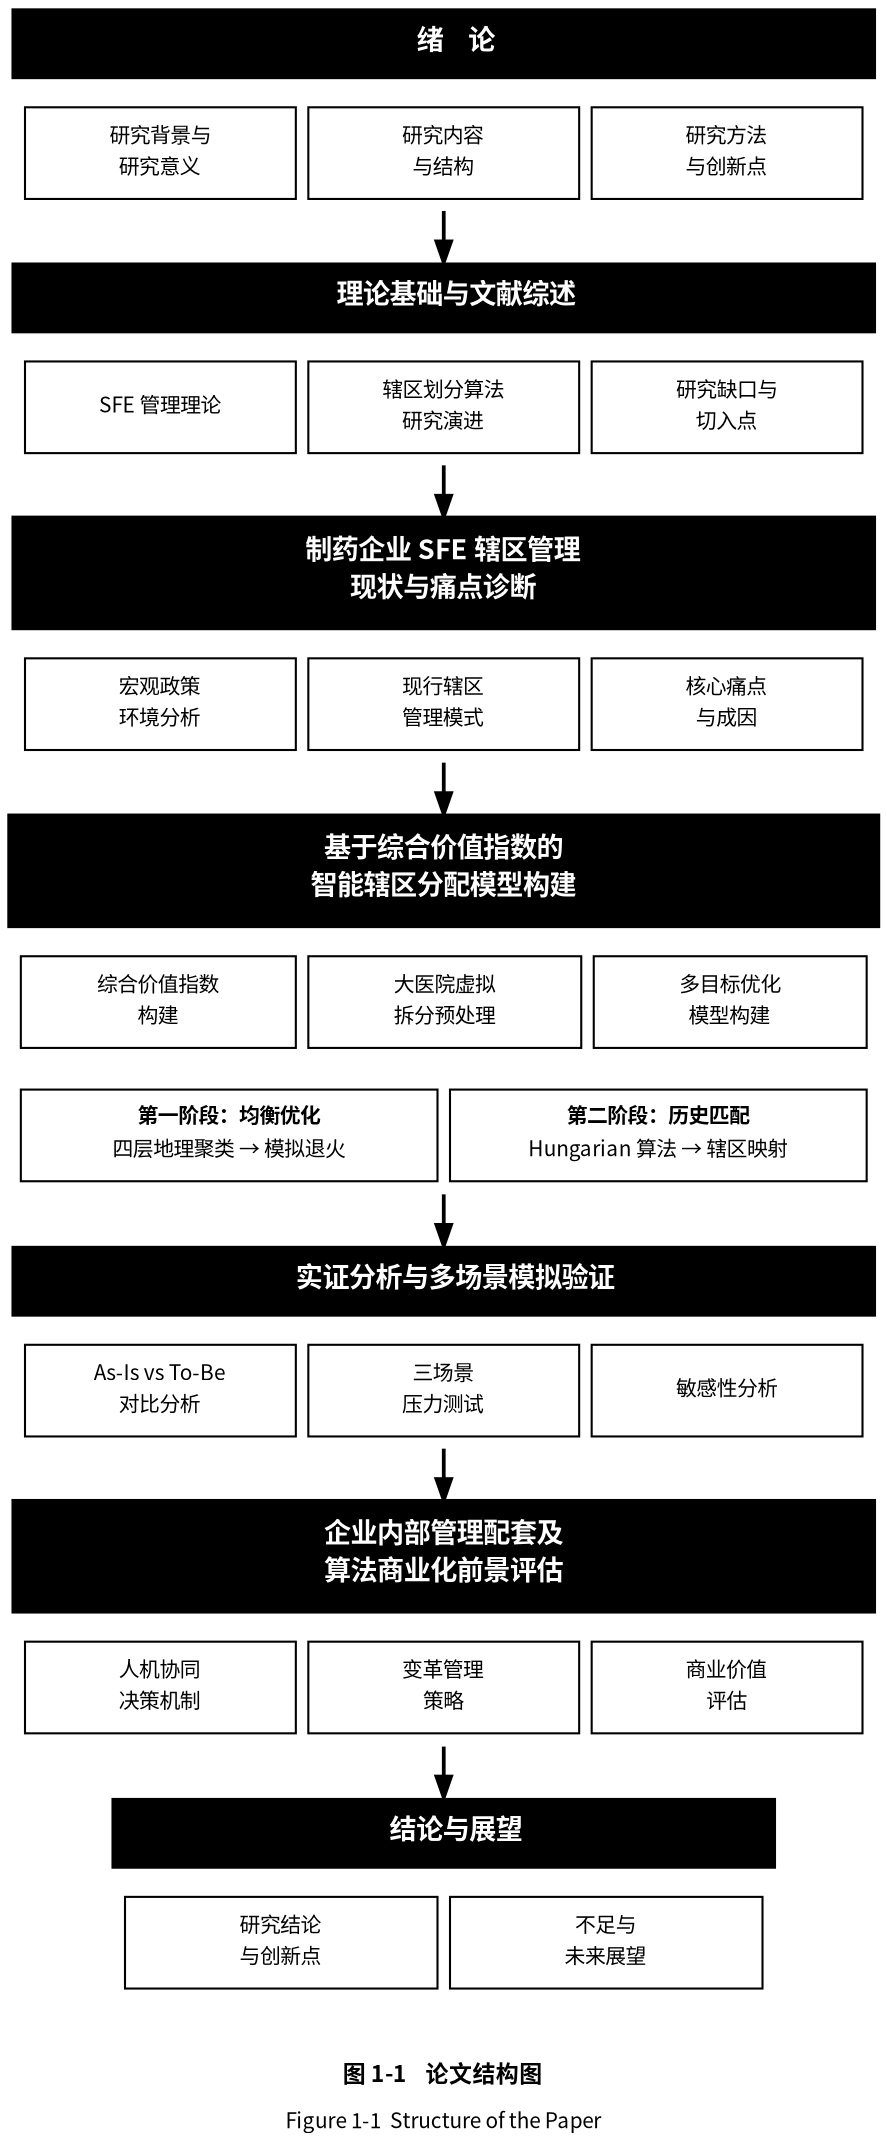
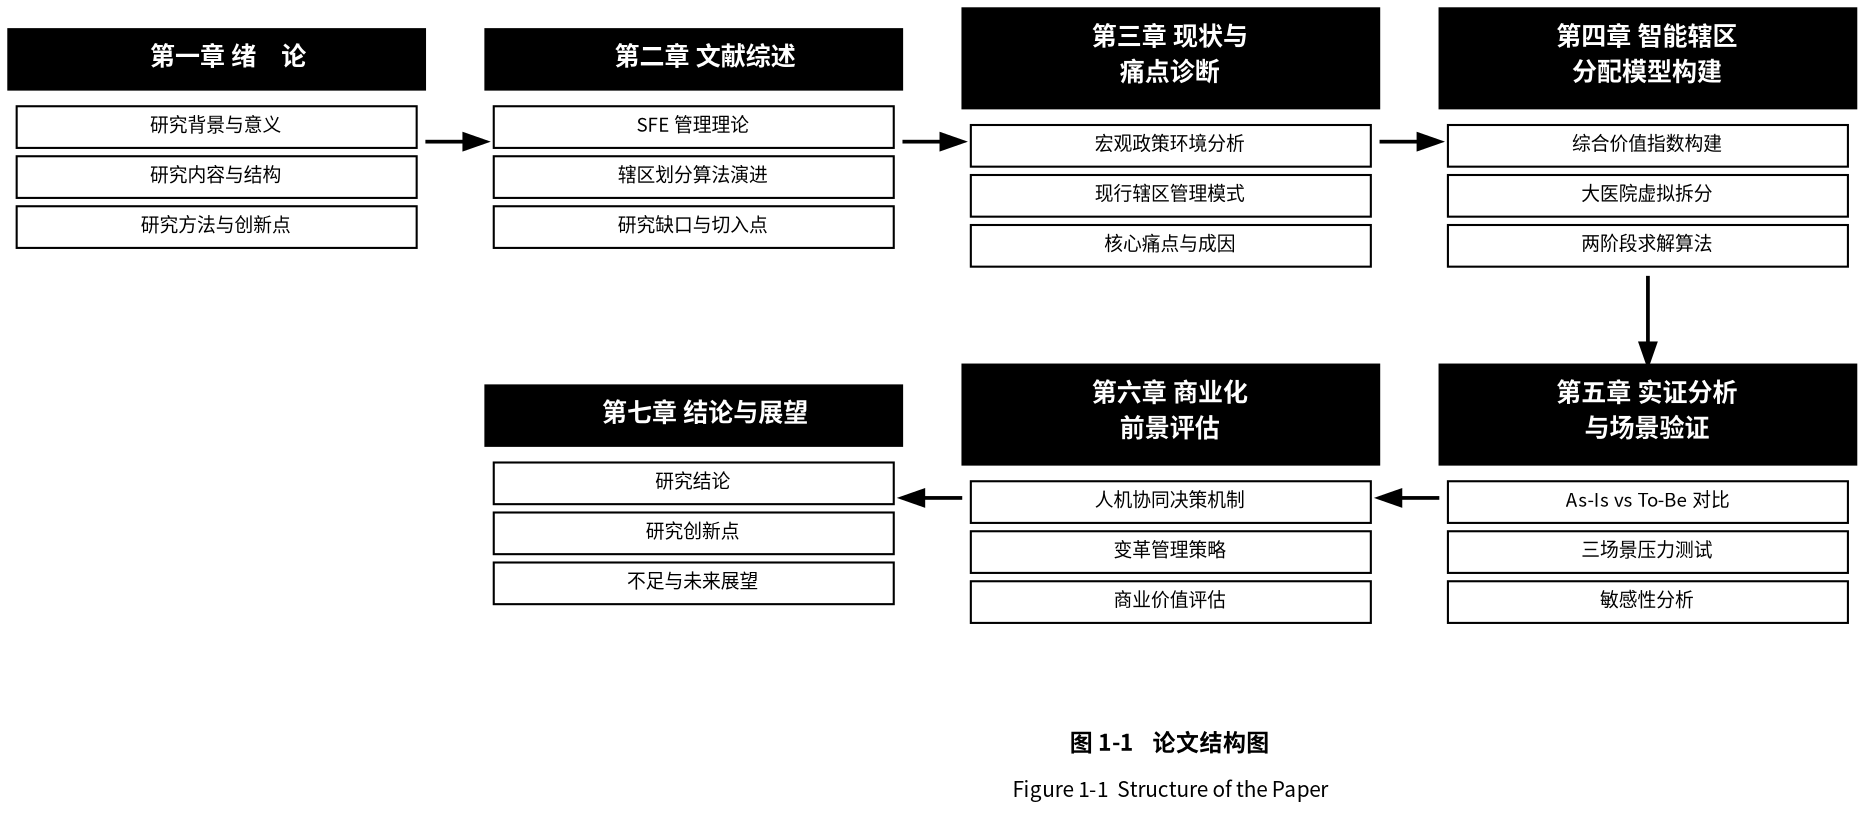
digraph G {
    rankdir=TB;
    dpi=300;
    bgcolor="white";
    fontname="Noto Sans CJK SC";
-     nodesep=0.6;
-     ranksep=0.35;
+     nodesep=0.4;
+     ranksep=0.6;

    node [fontname="Noto Sans CJK SC", shape=none, margin="0"];
    edge [color="black", penwidth=1.8, arrowsize=1.0];

    r1 [label=<
        <TABLE BORDER="0" CELLBORDER="0" CELLSPACING="0" CELLPADDING="0">
-             <TR><TD BORDER="1" BGCOLOR="black" CELLPADDING="8" WIDTH="280" ALIGN="CENTER">
-                 <FONT COLOR="white" POINT-SIZE="13"><B>绪    论</B></FONT>
+             <TR><TD BORDER="1" BGCOLOR="black" CELLPADDING="6" WIDTH="200" ALIGN="CENTER">
+                 <FONT COLOR="white" POINT-SIZE="12"><B>第一章 绪    论</B></FONT>
            </TD></TR>
-             <TR><TD CELLPADDING="4"></TD></TR>
+             <TR><TD CELLPADDING="2"></TD></TR>
            <TR><TD>
-                 <TABLE BORDER="0" CELLBORDER="1" CELLSPACING="6" CELLPADDING="6">
-                     <TR>
-                         <TD WIDTH="130" ALIGN="CENTER"><TABLE BORDER="0" CELLBORDER="0" CELLSPACING="0"><TR><TD ALIGN="CENTER"><FONT POINT-SIZE="10">研究背景与</FONT></TD></TR><TR><TD ALIGN="CENTER"><FONT POINT-SIZE="10">研究意义</FONT></TD></TR></TABLE></TD>
-                         <TD WIDTH="130" ALIGN="CENTER"><TABLE BORDER="0" CELLBORDER="0" CELLSPACING="0"><TR><TD ALIGN="CENTER"><FONT POINT-SIZE="10">研究内容</FONT></TD></TR><TR><TD ALIGN="CENTER"><FONT POINT-SIZE="10">与结构</FONT></TD></TR></TABLE></TD>
-                         <TD WIDTH="130" ALIGN="CENTER"><TABLE BORDER="0" CELLBORDER="0" CELLSPACING="0"><TR><TD ALIGN="CENTER"><FONT POINT-SIZE="10">研究方法</FONT></TD></TR><TR><TD ALIGN="CENTER"><FONT POINT-SIZE="10">与创新点</FONT></TD></TR></TABLE></TD>
-                     </TR>
+                 <TABLE BORDER="0" CELLBORDER="1" CELLSPACING="4" CELLPADDING="4">
+                     <TR><TD WIDTH="180" ALIGN="CENTER"><FONT POINT-SIZE="9">研究背景与意义</FONT></TD></TR>
+                     <TR><TD WIDTH="180" ALIGN="CENTER"><FONT POINT-SIZE="9">研究内容与结构</FONT></TD></TR>
+                     <TR><TD WIDTH="180" ALIGN="CENTER"><FONT POINT-SIZE="9">研究方法与创新点</FONT></TD></TR>
                </TABLE>
            </TD></TR>
        </TABLE>
    >];

    r2 [label=<
        <TABLE BORDER="0" CELLBORDER="0" CELLSPACING="0" CELLPADDING="0">
-             <TR><TD BORDER="1" BGCOLOR="black" CELLPADDING="8" WIDTH="280" ALIGN="CENTER">
-                 <FONT COLOR="white" POINT-SIZE="13"><B>理论基础与文献综述</B></FONT>
+             <TR><TD BORDER="1" BGCOLOR="black" CELLPADDING="6" WIDTH="200" ALIGN="CENTER">
+                 <FONT COLOR="white" POINT-SIZE="12"><B>第二章 文献综述</B></FONT>
            </TD></TR>
-             <TR><TD CELLPADDING="4"></TD></TR>
+             <TR><TD CELLPADDING="2"></TD></TR>
            <TR><TD>
-                 <TABLE BORDER="0" CELLBORDER="1" CELLSPACING="6" CELLPADDING="6">
-                     <TR>
-                         <TD WIDTH="130" ALIGN="CENTER"><FONT POINT-SIZE="10">SFE 管理理论</FONT></TD>
-                         <TD WIDTH="130" ALIGN="CENTER"><TABLE BORDER="0" CELLBORDER="0" CELLSPACING="0"><TR><TD ALIGN="CENTER"><FONT POINT-SIZE="10">辖区划分算法</FONT></TD></TR><TR><TD ALIGN="CENTER"><FONT POINT-SIZE="10">研究演进</FONT></TD></TR></TABLE></TD>
-                         <TD WIDTH="130" ALIGN="CENTER"><TABLE BORDER="0" CELLBORDER="0" CELLSPACING="0"><TR><TD ALIGN="CENTER"><FONT POINT-SIZE="10">研究缺口与</FONT></TD></TR><TR><TD ALIGN="CENTER"><FONT POINT-SIZE="10">切入点</FONT></TD></TR></TABLE></TD>
-                     </TR>
+                 <TABLE BORDER="0" CELLBORDER="1" CELLSPACING="4" CELLPADDING="4">
+                     <TR><TD WIDTH="180" ALIGN="CENTER"><FONT POINT-SIZE="9">SFE 管理理论</FONT></TD></TR>
+                     <TR><TD WIDTH="180" ALIGN="CENTER"><FONT POINT-SIZE="9">辖区划分算法演进</FONT></TD></TR>
+                     <TR><TD WIDTH="180" ALIGN="CENTER"><FONT POINT-SIZE="9">研究缺口与切入点</FONT></TD></TR>
                </TABLE>
            </TD></TR>
        </TABLE>
    >];

    r3 [label=<
        <TABLE BORDER="0" CELLBORDER="0" CELLSPACING="0" CELLPADDING="0">
-             <TR><TD BORDER="1" BGCOLOR="black" CELLPADDING="8" WIDTH="280" ALIGN="CENTER">
-                 <TABLE BORDER="0" CELLBORDER="0" CELLSPACING="0"><TR><TD ALIGN="CENTER"><FONT COLOR="white" POINT-SIZE="13"><B>制药企业 SFE 辖区管理</B></FONT></TD></TR><TR><TD ALIGN="CENTER"><FONT COLOR="white" POINT-SIZE="13"><B>现状与痛点诊断</B></FONT></TD></TR></TABLE>
+             <TR><TD BORDER="1" BGCOLOR="black" CELLPADDING="6" WIDTH="200" ALIGN="CENTER">
+                 <TABLE BORDER="0" CELLBORDER="0" CELLSPACING="0"><TR><TD ALIGN="CENTER"><FONT COLOR="white" POINT-SIZE="12"><B>第三章 现状与</B></FONT></TD></TR><TR><TD ALIGN="CENTER"><FONT COLOR="white" POINT-SIZE="12"><B>痛点诊断</B></FONT></TD></TR></TABLE>
            </TD></TR>
-             <TR><TD CELLPADDING="4"></TD></TR>
+             <TR><TD CELLPADDING="2"></TD></TR>
            <TR><TD>
-                 <TABLE BORDER="0" CELLBORDER="1" CELLSPACING="6" CELLPADDING="6">
-                     <TR>
-                         <TD WIDTH="130" ALIGN="CENTER"><TABLE BORDER="0" CELLBORDER="0" CELLSPACING="0"><TR><TD ALIGN="CENTER"><FONT POINT-SIZE="10">宏观政策</FONT></TD></TR><TR><TD ALIGN="CENTER"><FONT POINT-SIZE="10">环境分析</FONT></TD></TR></TABLE></TD>
-                         <TD WIDTH="130" ALIGN="CENTER"><TABLE BORDER="0" CELLBORDER="0" CELLSPACING="0"><TR><TD ALIGN="CENTER"><FONT POINT-SIZE="10">现行辖区</FONT></TD></TR><TR><TD ALIGN="CENTER"><FONT POINT-SIZE="10">管理模式</FONT></TD></TR></TABLE></TD>
-                         <TD WIDTH="130" ALIGN="CENTER"><TABLE BORDER="0" CELLBORDER="0" CELLSPACING="0"><TR><TD ALIGN="CENTER"><FONT POINT-SIZE="10">核心痛点</FONT></TD></TR><TR><TD ALIGN="CENTER"><FONT POINT-SIZE="10">与成因</FONT></TD></TR></TABLE></TD>
-                     </TR>
+                 <TABLE BORDER="0" CELLBORDER="1" CELLSPACING="4" CELLPADDING="4">
+                     <TR><TD WIDTH="180" ALIGN="CENTER"><FONT POINT-SIZE="9">宏观政策环境分析</FONT></TD></TR>
+                     <TR><TD WIDTH="180" ALIGN="CENTER"><FONT POINT-SIZE="9">现行辖区管理模式</FONT></TD></TR>
+                     <TR><TD WIDTH="180" ALIGN="CENTER"><FONT POINT-SIZE="9">核心痛点与成因</FONT></TD></TR>
                </TABLE>
            </TD></TR>
        </TABLE>
    >];

    r4 [label=<
        <TABLE BORDER="0" CELLBORDER="0" CELLSPACING="0" CELLPADDING="0">
-             <TR><TD BORDER="1" BGCOLOR="black" CELLPADDING="8" WIDTH="360" ALIGN="CENTER">
-                 <TABLE BORDER="0" CELLBORDER="0" CELLSPACING="0"><TR><TD ALIGN="CENTER"><FONT COLOR="white" POINT-SIZE="13"><B>基于综合价值指数的</B></FONT></TD></TR><TR><TD ALIGN="CENTER"><FONT COLOR="white" POINT-SIZE="13"><B>智能辖区分配模型构建</B></FONT></TD></TR></TABLE>
+             <TR><TD BORDER="1" BGCOLOR="black" CELLPADDING="6" WIDTH="200" ALIGN="CENTER">
+                 <TABLE BORDER="0" CELLBORDER="0" CELLSPACING="0"><TR><TD ALIGN="CENTER"><FONT COLOR="white" POINT-SIZE="12"><B>第四章 智能辖区</B></FONT></TD></TR><TR><TD ALIGN="CENTER"><FONT COLOR="white" POINT-SIZE="12"><B>分配模型构建</B></FONT></TD></TR></TABLE>
            </TD></TR>
-             <TR><TD CELLPADDING="4"></TD></TR>
+             <TR><TD CELLPADDING="2"></TD></TR>
            <TR><TD>
-                 <TABLE BORDER="0" CELLBORDER="1" CELLSPACING="6" CELLPADDING="6">
-                     <TR>
-                         <TD WIDTH="130" ALIGN="CENTER"><TABLE BORDER="0" CELLBORDER="0" CELLSPACING="0"><TR><TD ALIGN="CENTER"><FONT POINT-SIZE="10">综合价值指数</FONT></TD></TR><TR><TD ALIGN="CENTER"><FONT POINT-SIZE="10">构建</FONT></TD></TR></TABLE></TD>
-                         <TD WIDTH="130" ALIGN="CENTER"><TABLE BORDER="0" CELLBORDER="0" CELLSPACING="0"><TR><TD ALIGN="CENTER"><FONT POINT-SIZE="10">大医院虚拟</FONT></TD></TR><TR><TD ALIGN="CENTER"><FONT POINT-SIZE="10">拆分预处理</FONT></TD></TR></TABLE></TD>
-                         <TD WIDTH="130" ALIGN="CENTER"><TABLE BORDER="0" CELLBORDER="0" CELLSPACING="0"><TR><TD ALIGN="CENTER"><FONT POINT-SIZE="10">多目标优化</FONT></TD></TR><TR><TD ALIGN="CENTER"><FONT POINT-SIZE="10">模型构建</FONT></TD></TR></TABLE></TD>
-                     </TR>
-                 </TABLE>
-             </TD></TR>
-             <TR><TD CELLPADDING="4"></TD></TR>
-             <TR><TD>
-                 <TABLE BORDER="0" CELLBORDER="1" CELLSPACING="6" CELLPADDING="6">
-                     <TR>
-                         <TD WIDTH="200" ALIGN="CENTER"><TABLE BORDER="0" CELLBORDER="0" CELLSPACING="0"><TR><TD ALIGN="CENTER"><FONT POINT-SIZE="10"><B>第一阶段：均衡优化</B></FONT></TD></TR><TR><TD ALIGN="CENTER"><FONT POINT-SIZE="10">四层地理聚类 → 模拟退火</FONT></TD></TR></TABLE></TD>
-                         <TD WIDTH="200" ALIGN="CENTER"><TABLE BORDER="0" CELLBORDER="0" CELLSPACING="0"><TR><TD ALIGN="CENTER"><FONT POINT-SIZE="10"><B>第二阶段：历史匹配</B></FONT></TD></TR><TR><TD ALIGN="CENTER"><FONT POINT-SIZE="10">Hungarian 算法 → 辖区映射</FONT></TD></TR></TABLE></TD>
-                     </TR>
+                 <TABLE BORDER="0" CELLBORDER="1" CELLSPACING="4" CELLPADDING="4">
+                     <TR><TD WIDTH="180" ALIGN="CENTER"><FONT POINT-SIZE="9">综合价值指数构建</FONT></TD></TR>
+                     <TR><TD WIDTH="180" ALIGN="CENTER"><FONT POINT-SIZE="9">大医院虚拟拆分</FONT></TD></TR>
+                     <TR><TD WIDTH="180" ALIGN="CENTER"><FONT POINT-SIZE="9">两阶段求解算法</FONT></TD></TR>
                </TABLE>
            </TD></TR>
        </TABLE>
    >];

    r5 [label=<
        <TABLE BORDER="0" CELLBORDER="0" CELLSPACING="0" CELLPADDING="0">
-             <TR><TD BORDER="1" BGCOLOR="black" CELLPADDING="8" WIDTH="280" ALIGN="CENTER">
-                 <FONT COLOR="white" POINT-SIZE="13"><B>实证分析与多场景模拟验证</B></FONT>
+             <TR><TD BORDER="1" BGCOLOR="black" CELLPADDING="6" WIDTH="200" ALIGN="CENTER">
+                 <TABLE BORDER="0" CELLBORDER="0" CELLSPACING="0"><TR><TD ALIGN="CENTER"><FONT COLOR="white" POINT-SIZE="12"><B>第五章 实证分析</B></FONT></TD></TR><TR><TD ALIGN="CENTER"><FONT COLOR="white" POINT-SIZE="12"><B>与场景验证</B></FONT></TD></TR></TABLE>
            </TD></TR>
-             <TR><TD CELLPADDING="4"></TD></TR>
+             <TR><TD CELLPADDING="2"></TD></TR>
            <TR><TD>
-                 <TABLE BORDER="0" CELLBORDER="1" CELLSPACING="6" CELLPADDING="6">
-                     <TR>
-                         <TD WIDTH="130" ALIGN="CENTER"><TABLE BORDER="0" CELLBORDER="0" CELLSPACING="0"><TR><TD ALIGN="CENTER"><FONT POINT-SIZE="10">As-Is vs To-Be</FONT></TD></TR><TR><TD ALIGN="CENTER"><FONT POINT-SIZE="10">对比分析</FONT></TD></TR></TABLE></TD>
-                         <TD WIDTH="130" ALIGN="CENTER"><TABLE BORDER="0" CELLBORDER="0" CELLSPACING="0"><TR><TD ALIGN="CENTER"><FONT POINT-SIZE="10">三场景</FONT></TD></TR><TR><TD ALIGN="CENTER"><FONT POINT-SIZE="10">压力测试</FONT></TD></TR></TABLE></TD>
-                         <TD WIDTH="130" ALIGN="CENTER"><FONT POINT-SIZE="10">敏感性分析</FONT></TD>
-                     </TR>
+                 <TABLE BORDER="0" CELLBORDER="1" CELLSPACING="4" CELLPADDING="4">
+                     <TR><TD WIDTH="180" ALIGN="CENTER"><FONT POINT-SIZE="9">As-Is vs To-Be 对比</FONT></TD></TR>
+                     <TR><TD WIDTH="180" ALIGN="CENTER"><FONT POINT-SIZE="9">三场景压力测试</FONT></TD></TR>
+                     <TR><TD WIDTH="180" ALIGN="CENTER"><FONT POINT-SIZE="9">敏感性分析</FONT></TD></TR>
                </TABLE>
            </TD></TR>
        </TABLE>
    >];

    r6 [label=<
        <TABLE BORDER="0" CELLBORDER="0" CELLSPACING="0" CELLPADDING="0">
-             <TR><TD BORDER="1" BGCOLOR="black" CELLPADDING="8" WIDTH="360" ALIGN="CENTER">
-                 <TABLE BORDER="0" CELLBORDER="0" CELLSPACING="0"><TR><TD ALIGN="CENTER"><FONT COLOR="white" POINT-SIZE="13"><B>企业内部管理配套及</B></FONT></TD></TR><TR><TD ALIGN="CENTER"><FONT COLOR="white" POINT-SIZE="13"><B>算法商业化前景评估</B></FONT></TD></TR></TABLE>
+             <TR><TD BORDER="1" BGCOLOR="black" CELLPADDING="6" WIDTH="200" ALIGN="CENTER">
+                 <TABLE BORDER="0" CELLBORDER="0" CELLSPACING="0"><TR><TD ALIGN="CENTER"><FONT COLOR="white" POINT-SIZE="12"><B>第六章 商业化</B></FONT></TD></TR><TR><TD ALIGN="CENTER"><FONT COLOR="white" POINT-SIZE="12"><B>前景评估</B></FONT></TD></TR></TABLE>
            </TD></TR>
-             <TR><TD CELLPADDING="4"></TD></TR>
+             <TR><TD CELLPADDING="2"></TD></TR>
            <TR><TD>
-                 <TABLE BORDER="0" CELLBORDER="1" CELLSPACING="6" CELLPADDING="6">
-                     <TR>
-                         <TD WIDTH="130" ALIGN="CENTER"><TABLE BORDER="0" CELLBORDER="0" CELLSPACING="0"><TR><TD ALIGN="CENTER"><FONT POINT-SIZE="10">人机协同</FONT></TD></TR><TR><TD ALIGN="CENTER"><FONT POINT-SIZE="10">决策机制</FONT></TD></TR></TABLE></TD>
-                         <TD WIDTH="130" ALIGN="CENTER"><TABLE BORDER="0" CELLBORDER="0" CELLSPACING="0"><TR><TD ALIGN="CENTER"><FONT POINT-SIZE="10">变革管理</FONT></TD></TR><TR><TD ALIGN="CENTER"><FONT POINT-SIZE="10">策略</FONT></TD></TR></TABLE></TD>
-                         <TD WIDTH="130" ALIGN="CENTER"><TABLE BORDER="0" CELLBORDER="0" CELLSPACING="0"><TR><TD ALIGN="CENTER"><FONT POINT-SIZE="10">商业价值</FONT></TD></TR><TR><TD ALIGN="CENTER"><FONT POINT-SIZE="10">评估</FONT></TD></TR></TABLE></TD>
-                     </TR>
+                 <TABLE BORDER="0" CELLBORDER="1" CELLSPACING="4" CELLPADDING="4">
+                     <TR><TD WIDTH="180" ALIGN="CENTER"><FONT POINT-SIZE="9">人机协同决策机制</FONT></TD></TR>
+                     <TR><TD WIDTH="180" ALIGN="CENTER"><FONT POINT-SIZE="9">变革管理策略</FONT></TD></TR>
+                     <TR><TD WIDTH="180" ALIGN="CENTER"><FONT POINT-SIZE="9">商业价值评估</FONT></TD></TR>
                </TABLE>
            </TD></TR>
        </TABLE>
    >];

    r7 [label=<
        <TABLE BORDER="0" CELLBORDER="0" CELLSPACING="0" CELLPADDING="0">
-             <TR><TD BORDER="1" BGCOLOR="black" CELLPADDING="8" WIDTH="280" ALIGN="CENTER">
-                 <FONT COLOR="white" POINT-SIZE="13"><B>结论与展望</B></FONT>
+             <TR><TD BORDER="1" BGCOLOR="black" CELLPADDING="6" WIDTH="200" ALIGN="CENTER">
+                 <FONT COLOR="white" POINT-SIZE="12"><B>第七章 结论与展望</B></FONT>
            </TD></TR>
-             <TR><TD CELLPADDING="4"></TD></TR>
+             <TR><TD CELLPADDING="2"></TD></TR>
            <TR><TD>
-                 <TABLE BORDER="0" CELLBORDER="1" CELLSPACING="6" CELLPADDING="6">
-                     <TR>
-                         <TD WIDTH="150" ALIGN="CENTER"><TABLE BORDER="0" CELLBORDER="0" CELLSPACING="0"><TR><TD ALIGN="CENTER"><FONT POINT-SIZE="10">研究结论</FONT></TD></TR><TR><TD ALIGN="CENTER"><FONT POINT-SIZE="10">与创新点</FONT></TD></TR></TABLE></TD>
-                         <TD WIDTH="150" ALIGN="CENTER"><TABLE BORDER="0" CELLBORDER="0" CELLSPACING="0"><TR><TD ALIGN="CENTER"><FONT POINT-SIZE="10">不足与</FONT></TD></TR><TR><TD ALIGN="CENTER"><FONT POINT-SIZE="10">未来展望</FONT></TD></TR></TABLE></TD>
-                     </TR>
+                 <TABLE BORDER="0" CELLBORDER="1" CELLSPACING="4" CELLPADDING="4">
+                     <TR><TD WIDTH="180" ALIGN="CENTER"><FONT POINT-SIZE="9">研究结论</FONT></TD></TR>
+                     <TR><TD WIDTH="180" ALIGN="CENTER"><FONT POINT-SIZE="9">研究创新点</FONT></TD></TR>
+                     <TR><TD WIDTH="180" ALIGN="CENTER"><FONT POINT-SIZE="9">不足与未来展望</FONT></TD></TR>
                </TABLE>
            </TD></TR>
        </TABLE>
    >];

    caption [label=<
        <TABLE BORDER="0" CELLBORDER="0" CELLSPACING="2" CELLPADDING="4">
            <TR><TD ALIGN="CENTER"><B><FONT POINT-SIZE="11">图 1-1    论文结构图</FONT></B></TD></TR>
            <TR><TD ALIGN="CENTER"><FONT POINT-SIZE="10">Figure 1-1  Structure of the Paper</FONT></TD></TR>
        </TABLE>
    >];

-     r1 -> r2 -> r3 -> r4 -> r5 -> r6 -> r7;
-     r7 -> caption [style=invis];
+     // Z 字形：上行 r1→r2→r3→r4 (left to right), 下行 r5→r6→r7 (right to left)
+     // r4 在右上，r5 在右下（与 r4 同列），r7 在左下
+     // 用 rank=same 强制横向行；用 dir=back 让箭头方向反向但不影响布局
+     { rank=same; r1; r2; r3; r4; }
+     { rank=same; r7; r6; r5; }
+ 
+     // 上行：r1→r2→r3→r4 视觉左到右
+     r1 -> r2 [weight=100];
+     r2 -> r3 [weight=100];
+     r3 -> r4 [weight=100];
+ 
+     // 下行布局：r7 r6 r5 declared L→R，但视觉箭头 r5→r6→r7（右到左）
+     r7 -> r6 [dir=back, weight=100];
+     r6 -> r5 [dir=back, weight=100];
+ 
+     // 跨行连接：r4（右上）→ r5（右下，正下方）
+     r4 -> r5;
+ 
+     // caption 居底部居中
+     caption;
+     { rank=sink; caption; }
+     r6 -> caption [style=invis];
}
